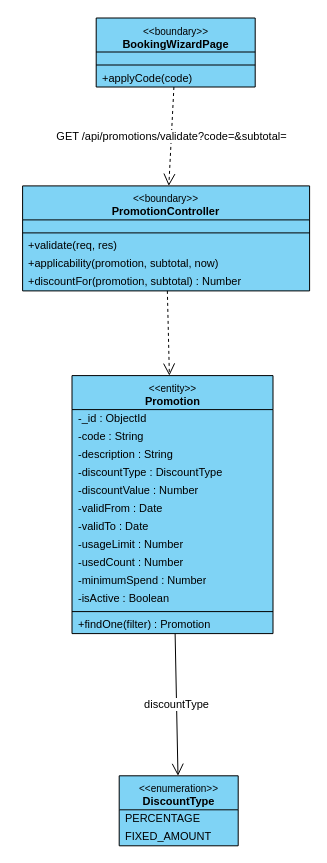
Before: final/diagrams/M1_Inventory-And-Pricing_Diagrams/class_diagrams/CD-04_UC-G11_ApplyDiscountCode.drawio in toikobi401/SWD392, a draw.io diagram. Source tidied: cells renumbered, new cells numbered last; positions are measured from the earlier drawing's top-left corner, leaving out a move shared by most shapes. Both pictures are drawn from the tidied source at 100%, with x=0, y=0 at pixel (22, 17).
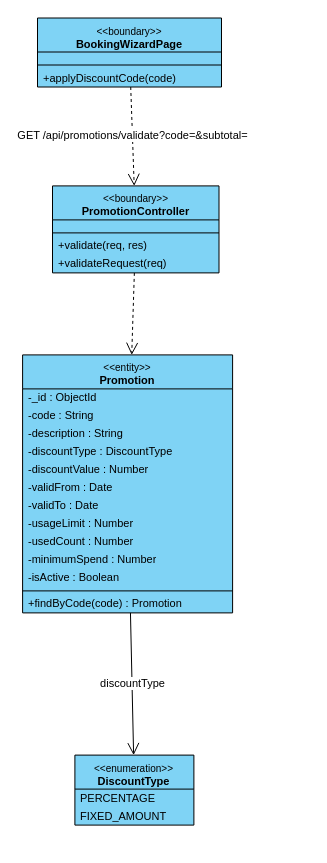
The same page after the edit.

The edit, as a diff of the source:
```diff
@@
     <mxCell id="2" value="&lt;font style=&quot;font-size:10px&quot;&gt;&amp;lt;&amp;lt;boundary&amp;gt;&amp;gt;&lt;/font&gt;&lt;br&gt;&lt;b&gt;BookingWizardPage&lt;/b&gt;" style="swimlane;fontStyle=0;align=center;verticalAlign=top;horizontal=1;startSize=34;html=1;whiteSpace=wrap;fontSize=11;fillColor=#7fd3f5;swimlaneFillColor=#7fd3f5;strokeColor=#000000;" parent="1" vertex="1">
-      <mxGeometry x="73.7" y="0.5" width="159" height="69" as="geometry" />
+      <mxGeometry x="15" y="0.5" width="184" height="69" as="geometry" />
     </mxCell>
     <mxCell id="3" style="text;strokeColor=none;fillColor=none;html=1;" parent="2" vertex="1">
-      <mxGeometry y="34" width="159" height="9" as="geometry" />
+      <mxGeometry y="34" width="184" height="9" as="geometry" />
     </mxCell>
     <mxCell id="4" style="line;strokeWidth=1;fillColor=none;align=left;verticalAlign=middle;spacingTop=-1;spacingLeft=3;spacingRight=3;labelPosition=right;strokeColor=#000000;" parent="2" vertex="1">
-      <mxGeometry y="43" width="159" height="8" as="geometry" />
+      <mxGeometry y="43" width="184" height="8" as="geometry" />
     </mxCell>
-    <mxCell id="5" value="+applyCode(code)" style="text;strokeColor=none;fillColor=none;align=left;verticalAlign=middle;spacingLeft=4;spacingRight=4;overflow=hidden;whiteSpace=nowrap;html=1;fontSize=11;" parent="2" vertex="1">
-      <mxGeometry y="51" width="159" height="18" as="geometry" />
+    <mxCell id="5" value="+applyDiscountCode(code)" style="text;strokeColor=none;fillColor=none;align=left;verticalAlign=middle;spacingLeft=4;spacingRight=4;overflow=hidden;whiteSpace=nowrap;html=1;fontSize=11;" parent="2" vertex="1">
+      <mxGeometry y="51" width="184" height="18" as="geometry" />
     </mxCell>
     <mxCell id="6" value="&lt;font style=&quot;font-size:10px&quot;&gt;&amp;lt;&amp;lt;boundary&amp;gt;&amp;gt;&lt;/font&gt;&lt;br&gt;&lt;b&gt;PromotionController&lt;/b&gt;" style="swimlane;fontStyle=0;align=center;verticalAlign=top;horizontal=1;startSize=34;html=1;whiteSpace=wrap;fontSize=11;fillColor=#7fd3f5;swimlaneFillColor=#7fd3f5;strokeColor=#000000;" parent="1" vertex="1">
-      <mxGeometry x="0.1" y="168.4" width="287" height="105" as="geometry" />
+      <mxGeometry x="30" y="168.4" width="166.5" height="87" as="geometry" />
     </mxCell>
     <mxCell id="7" style="text;strokeColor=none;fillColor=none;html=1;" parent="6" vertex="1">
-      <mxGeometry y="34" width="287" height="9" as="geometry" />
+      <mxGeometry y="34" width="166.5" height="9" as="geometry" />
     </mxCell>
     <mxCell id="8" style="line;strokeWidth=1;fillColor=none;align=left;verticalAlign=middle;spacingTop=-1;spacingLeft=3;spacingRight=3;labelPosition=right;strokeColor=#000000;" parent="6" vertex="1">
-      <mxGeometry y="43" width="287" height="8" as="geometry" />
+      <mxGeometry y="43" width="166.5" height="8" as="geometry" />
     </mxCell>
     <mxCell id="9" value="+validate(req, res)" style="text;strokeColor=none;fillColor=none;align=left;verticalAlign=middle;spacingLeft=4;spacingRight=4;overflow=hidden;whiteSpace=nowrap;html=1;fontSize=11;" parent="6" vertex="1">
-      <mxGeometry y="51" width="287" height="18" as="geometry" />
+      <mxGeometry y="51" width="166.5" height="18" as="geometry" />
     </mxCell>
-    <mxCell id="10" value="+applicability(promotion, subtotal, now)" style="text;strokeColor=none;fillColor=none;align=left;verticalAlign=middle;spacingLeft=4;spacingRight=4;overflow=hidden;whiteSpace=nowrap;html=1;fontSize=11;" parent="6" vertex="1">
-      <mxGeometry y="69" width="287" height="18" as="geometry" />
+    <mxCell id="10" value="+validateRequest(req)" style="text;strokeColor=none;fillColor=none;align=left;verticalAlign=middle;spacingLeft=4;spacingRight=4;overflow=hidden;whiteSpace=nowrap;html=1;fontSize=11;" parent="6" vertex="1">
+      <mxGeometry y="69" width="166.5" height="18" as="geometry" />
     </mxCell>
-    <mxCell id="11" value="+discountFor(promotion, subtotal) : Number" style="text;strokeColor=none;fillColor=none;align=left;verticalAlign=middle;spacingLeft=4;spacingRight=4;overflow=hidden;whiteSpace=nowrap;html=1;fontSize=11;" parent="6" vertex="1">
-      <mxGeometry y="87" width="287" height="18" as="geometry" />
-    </mxCell>
     <mxCell id="12" value="&lt;font style=&quot;font-size:10px&quot;&gt;&amp;lt;&amp;lt;entity&amp;gt;&amp;gt;&lt;/font&gt;&lt;br&gt;&lt;b&gt;Promotion&lt;/b&gt;" style="swimlane;fontStyle=0;align=center;verticalAlign=top;horizontal=1;startSize=34;html=1;whiteSpace=wrap;fontSize=11;fillColor=#7fd3f5;swimlaneFillColor=#7fd3f5;strokeColor=#000000;" parent="1" vertex="1">
-      <mxGeometry x="49.5" y="358.1" width="201" height="258" as="geometry" />
+      <mxGeometry x="0.1" y="337.4" width="210" height="258" as="geometry" />
     </mxCell>
     <mxCell id="13" value="-_id : ObjectId" style="text;strokeColor=none;fillColor=none;align=left;verticalAlign=middle;spacingLeft=4;spacingRight=4;overflow=hidden;whiteSpace=nowrap;html=1;fontSize=11;" parent="12" vertex="1">
-      <mxGeometry y="34" width="201" height="18" as="geometry" />
+      <mxGeometry y="34" width="210" height="18" as="geometry" />
     </mxCell>
     <mxCell id="14" value="-code : String" style="text;strokeColor=none;fillColor=none;align=left;verticalAlign=middle;spacingLeft=4;spacingRight=4;overflow=hidden;whiteSpace=nowrap;html=1;fontSize=11;" parent="12" vertex="1">
-      <mxGeometry y="52" width="201" height="18" as="geometry" />
+      <mxGeometry y="52" width="210" height="18" as="geometry" />
     </mxCell>
     <mxCell id="15" value="-description : String" style="text;strokeColor=none;fillColor=none;align=left;verticalAlign=middle;spacingLeft=4;spacingRight=4;overflow=hidden;whiteSpace=nowrap;html=1;fontSize=11;" parent="12" vertex="1">
-      <mxGeometry y="70" width="201" height="18" as="geometry" />
+      <mxGeometry y="70" width="210" height="18" as="geometry" />
     </mxCell>
     <mxCell id="16" value="-discountType : DiscountType" style="text;strokeColor=none;fillColor=none;align=left;verticalAlign=middle;spacingLeft=4;spacingRight=4;overflow=hidden;whiteSpace=nowrap;html=1;fontSize=11;" parent="12" vertex="1">
-      <mxGeometry y="88" width="201" height="18" as="geometry" />
+      <mxGeometry y="88" width="210" height="18" as="geometry" />
     </mxCell>
     <mxCell id="17" value="-discountValue : Number" style="text;strokeColor=none;fillColor=none;align=left;verticalAlign=middle;spacingLeft=4;spacingRight=4;overflow=hidden;whiteSpace=nowrap;html=1;fontSize=11;" parent="12" vertex="1">
-      <mxGeometry y="106" width="201" height="18" as="geometry" />
+      <mxGeometry y="106" width="210" height="18" as="geometry" />
     </mxCell>
     <mxCell id="18" value="-validFrom : Date" style="text;strokeColor=none;fillColor=none;align=left;verticalAlign=middle;spacingLeft=4;spacingRight=4;overflow=hidden;whiteSpace=nowrap;html=1;fontSize=11;" parent="12" vertex="1">
-      <mxGeometry y="124" width="201" height="18" as="geometry" />
+      <mxGeometry y="124" width="210" height="18" as="geometry" />
     </mxCell>
     <mxCell id="19" value="-validTo : Date" style="text;strokeColor=none;fillColor=none;align=left;verticalAlign=middle;spacingLeft=4;spacingRight=4;overflow=hidden;whiteSpace=nowrap;html=1;fontSize=11;" parent="12" vertex="1">
-      <mxGeometry y="142" width="201" height="18" as="geometry" />
+      <mxGeometry y="142" width="210" height="18" as="geometry" />
     </mxCell>
     <mxCell id="20" value="-usageLimit : Number" style="text;strokeColor=none;fillColor=none;align=left;verticalAlign=middle;spacingLeft=4;spacingRight=4;overflow=hidden;whiteSpace=nowrap;html=1;fontSize=11;" parent="12" vertex="1">
-      <mxGeometry y="160" width="201" height="18" as="geometry" />
+      <mxGeometry y="160" width="210" height="18" as="geometry" />
     </mxCell>
     <mxCell id="21" value="-usedCount : Number" style="text;strokeColor=none;fillColor=none;align=left;verticalAlign=middle;spacingLeft=4;spacingRight=4;overflow=hidden;whiteSpace=nowrap;html=1;fontSize=11;" parent="12" vertex="1">
-      <mxGeometry y="178" width="201" height="18" as="geometry" />
+      <mxGeometry y="178" width="210" height="18" as="geometry" />
     </mxCell>
     <mxCell id="22" value="-minimumSpend : Number" style="text;strokeColor=none;fillColor=none;align=left;verticalAlign=middle;spacingLeft=4;spacingRight=4;overflow=hidden;whiteSpace=nowrap;html=1;fontSize=11;" parent="12" vertex="1">
-      <mxGeometry y="196" width="201" height="18" as="geometry" />
+      <mxGeometry y="196" width="210" height="18" as="geometry" />
     </mxCell>
     <mxCell id="23" value="-isActive : Boolean" style="text;strokeColor=none;fillColor=none;align=left;verticalAlign=middle;spacingLeft=4;spacingRight=4;overflow=hidden;whiteSpace=nowrap;html=1;fontSize=11;" parent="12" vertex="1">
-      <mxGeometry y="214" width="201" height="18" as="geometry" />
+      <mxGeometry y="214" width="210" height="18" as="geometry" />
     </mxCell>
     <mxCell id="24" style="line;strokeWidth=1;fillColor=none;align=left;verticalAlign=middle;spacingTop=-1;spacingLeft=3;spacingRight=3;labelPosition=right;strokeColor=#000000;" parent="12" vertex="1">
-      <mxGeometry y="232" width="201" height="8" as="geometry" />
+      <mxGeometry y="232" width="210" height="8" as="geometry" />
     </mxCell>
-    <mxCell id="25" value="+findOne(filter) : Promotion" style="text;strokeColor=none;fillColor=none;align=left;verticalAlign=middle;spacingLeft=4;spacingRight=4;overflow=hidden;whiteSpace=nowrap;html=1;fontSize=11;" parent="12" vertex="1">
-      <mxGeometry y="240" width="201" height="18" as="geometry" />
+    <mxCell id="25" value="+findByCode(code) : Promotion" style="text;strokeColor=none;fillColor=none;align=left;verticalAlign=middle;spacingLeft=4;spacingRight=4;overflow=hidden;whiteSpace=nowrap;html=1;fontSize=11;" parent="12" vertex="1">
+      <mxGeometry y="240" width="210" height="18" as="geometry" />
     </mxCell>
     <mxCell id="26" value="&lt;font style=&quot;font-size:10px&quot;&gt;&amp;lt;&amp;lt;enumeration&amp;gt;&amp;gt;&lt;/font&gt;&lt;br&gt;&lt;b&gt;DiscountType&lt;/b&gt;" style="swimlane;fontStyle=0;align=center;verticalAlign=top;horizontal=1;startSize=34;html=1;whiteSpace=wrap;fontSize=11;fillColor=#7fd3f5;swimlaneFillColor=#7fd3f5;strokeColor=#000000;" parent="1" vertex="1">
-      <mxGeometry x="96.7" y="758.3" width="119" height="70" as="geometry" />
+      <mxGeometry x="52.4" y="737.6" width="119" height="70" as="geometry" />
     </mxCell>
```
